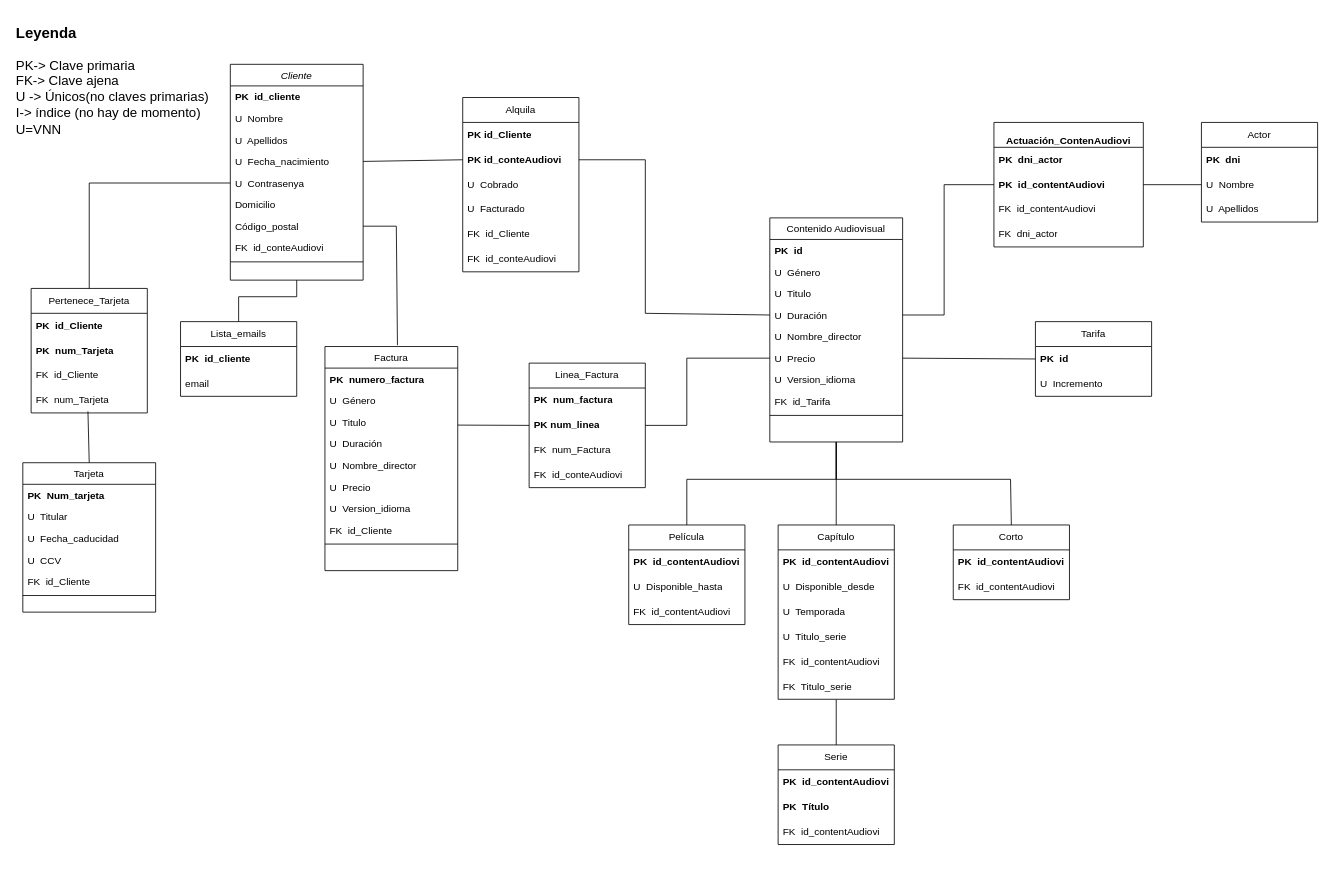
This is Modelo Relacional.drawio from Ivanmontesinos21/Proyecto_MiraVereda, a draw.io file, before an edit. Source tidied: cells renumbered, new cells numbered last; positions are measured from the earlier drawing's top-left corner, leaving out a move shared by most shapes. Both pictures are drawn from the tidied source at 83%, with x=0, y=0 at pixel (14, 14).
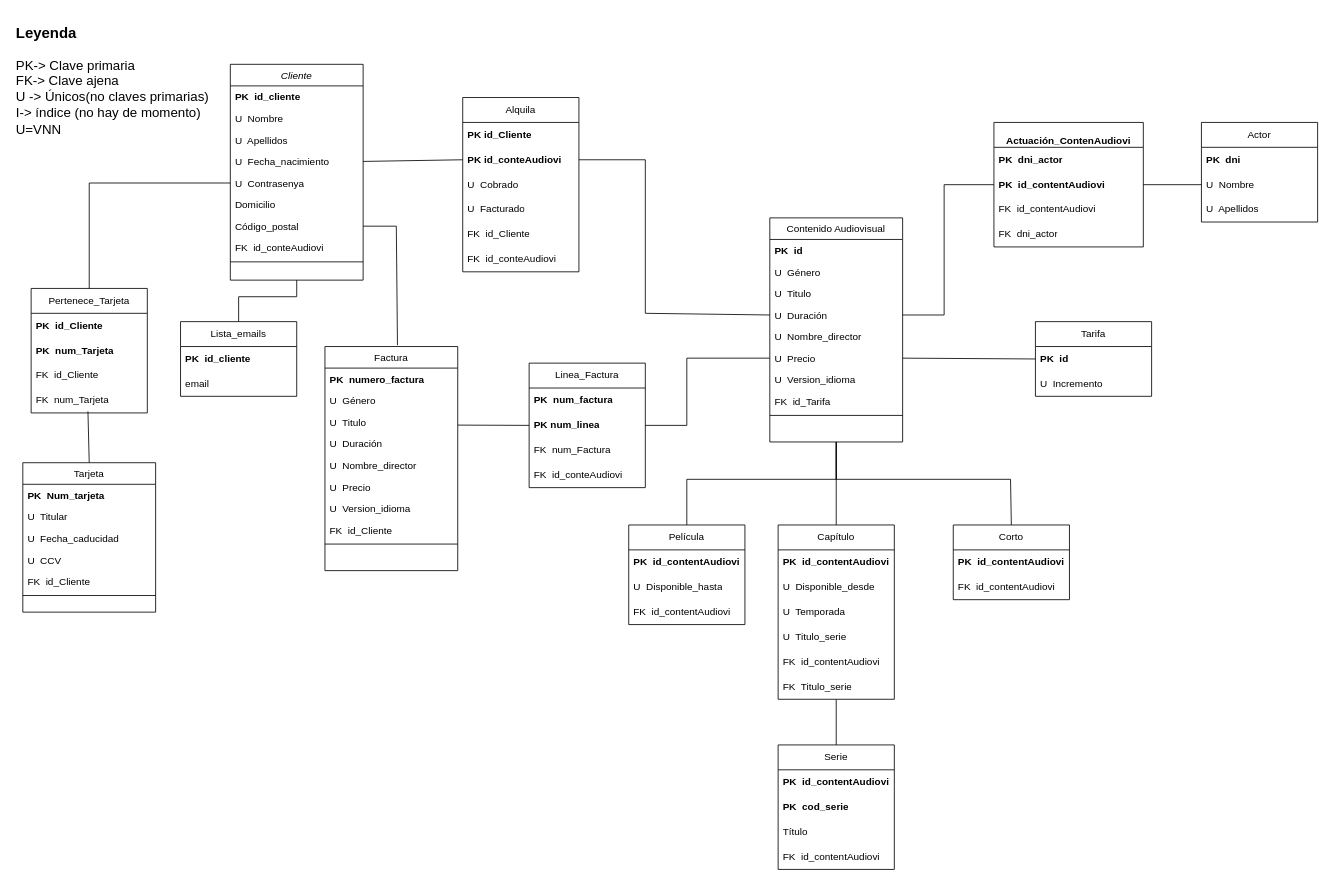
The same page after the edit.

Commit message:
Modelo RelacionalV2

Change to the diagram source:
```diff
@@
     <mxCell id="44" value="Serie" style="swimlane;fontStyle=0;horizontal=1;startSize=30;whiteSpace=wrap;html=1;" parent="1" vertex="1">
-      <mxGeometry x="920" y="880" width="140" height="120" as="geometry" />
+      <mxGeometry x="920" y="880" width="140" height="150" as="geometry" />
     </mxCell>
@@
-    <mxCell id="46" value="&lt;b&gt;PK&amp;nbsp; Título&lt;/b&gt;" style="text;strokeColor=none;fillColor=none;align=left;verticalAlign=middle;spacingLeft=4;spacingRight=4;overflow=hidden;whiteSpace=wrap;html=1;" parent="44" vertex="1">
+    <mxCell id="46" value="&lt;b&gt;PK&amp;nbsp; cod_serie&lt;/b&gt;" style="text;strokeColor=none;fillColor=none;align=left;verticalAlign=middle;spacingLeft=4;spacingRight=4;overflow=hidden;whiteSpace=wrap;html=1;" parent="44" vertex="1">
       <mxGeometry y="60" width="140" height="30" as="geometry" />
     </mxCell>
+    <mxCell id="105" value="Título" style="text;strokeColor=none;fillColor=none;align=left;verticalAlign=middle;spacingLeft=4;spacingRight=4;overflow=hidden;whiteSpace=wrap;html=1;" parent="44" vertex="1">
+      <mxGeometry y="90" width="140" height="30" as="geometry" />
+    </mxCell>
     <mxCell id="47" value="FK&amp;nbsp; id_contentAudiovi" style="text;strokeColor=none;fillColor=none;align=left;verticalAlign=middle;spacingLeft=4;spacingRight=4;overflow=hidden;whiteSpace=wrap;html=1;" parent="44" vertex="1">
-      <mxGeometry y="90" width="140" height="30" as="geometry" />
+      <mxGeometry y="120" width="140" height="30" as="geometry" />
     </mxCell>
```
